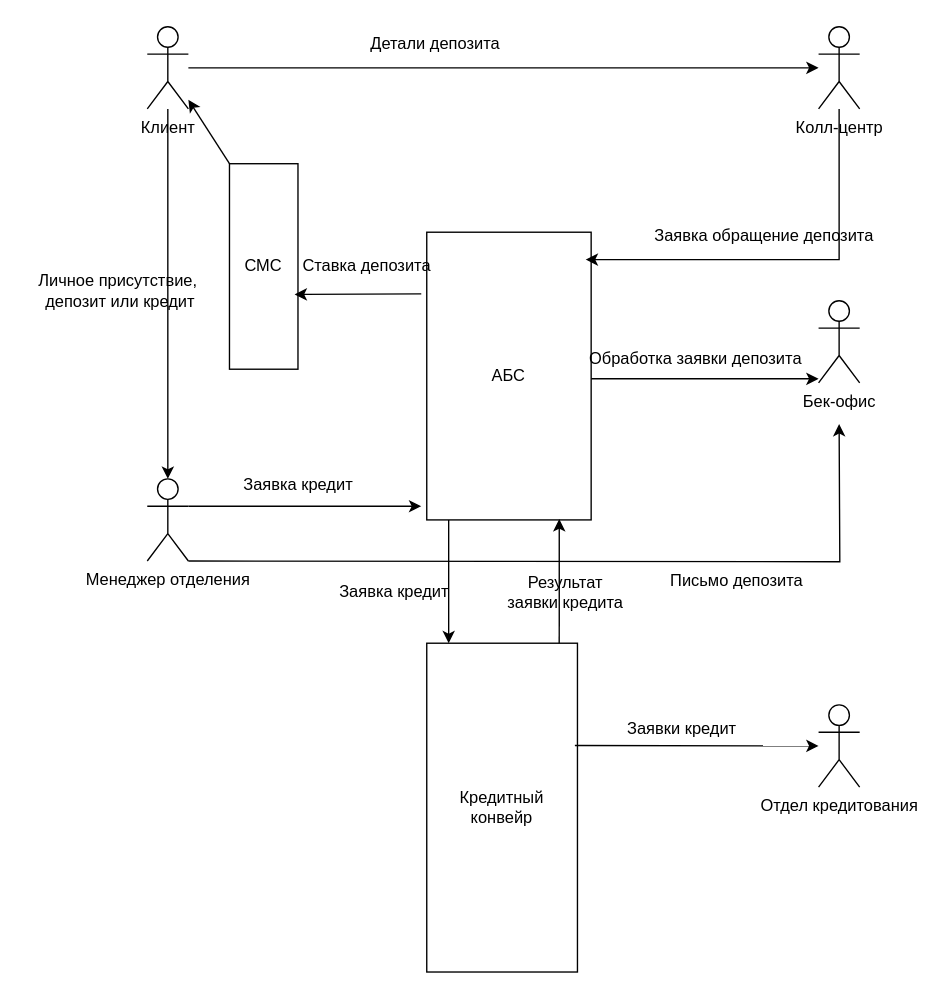
baranovilyaserg/architecture-pro-standart keeps this draw.io diagram as Task1/software_integration.drawio. Above is the earlier version. Source tidied: cells renumbered, new cells numbered last; positions are measured from the earlier drawing's top-left corner, leaving out a move shared by most shapes. Both pictures are drawn from the tidied source at 137%, with x=0, y=0 at pixel (23, 23).
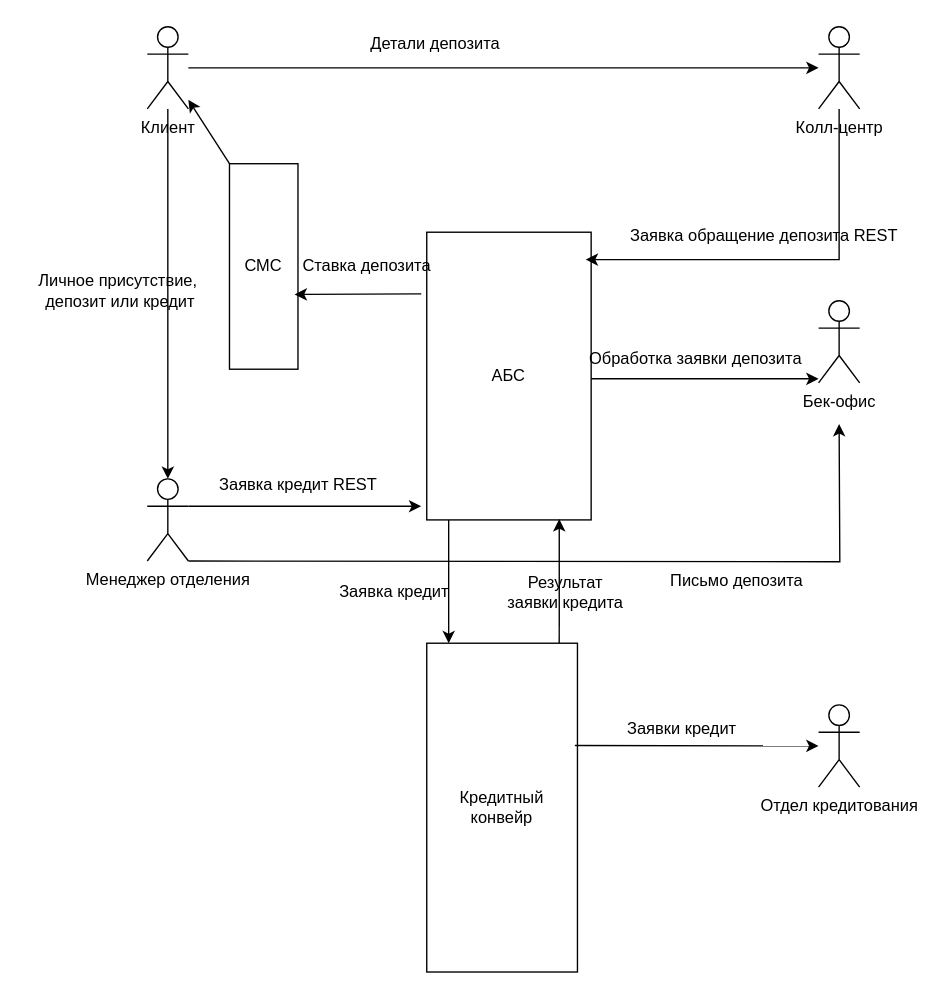
The same page after the edit.

Change to the diagram source:
```diff
@@
-    <mxCell id="12" value="Заявка обращение депозита" style="text;html=1;align=center;verticalAlign=middle;strokeColor=none;fillColor=none;" parent="1" vertex="1">
-      <mxGeometry x="450" y="140" width="180" height="30" as="geometry" />
+    <mxCell id="12" value="Заявка обращение депозита REST" style="text;html=1;align=center;verticalAlign=middle;strokeColor=none;fillColor=none;" parent="1" vertex="1">
+      <mxGeometry x="430" y="140" width="220" height="30" as="geometry" />
     </mxCell>
@@
-    <mxCell id="23" value="Заявка кредит" style="text;html=1;align=center;verticalAlign=middle;strokeColor=none;fillColor=none;" parent="1" vertex="1">
-      <mxGeometry x="150" y="322" width="100" height="30" as="geometry" />
+    <mxCell id="23" value="Заявка кредит REST" style="text;html=1;align=center;verticalAlign=middle;strokeColor=none;fillColor=none;" parent="1" vertex="1">
+      <mxGeometry x="130" y="322" width="140" height="30" as="geometry" />
     </mxCell>
```
